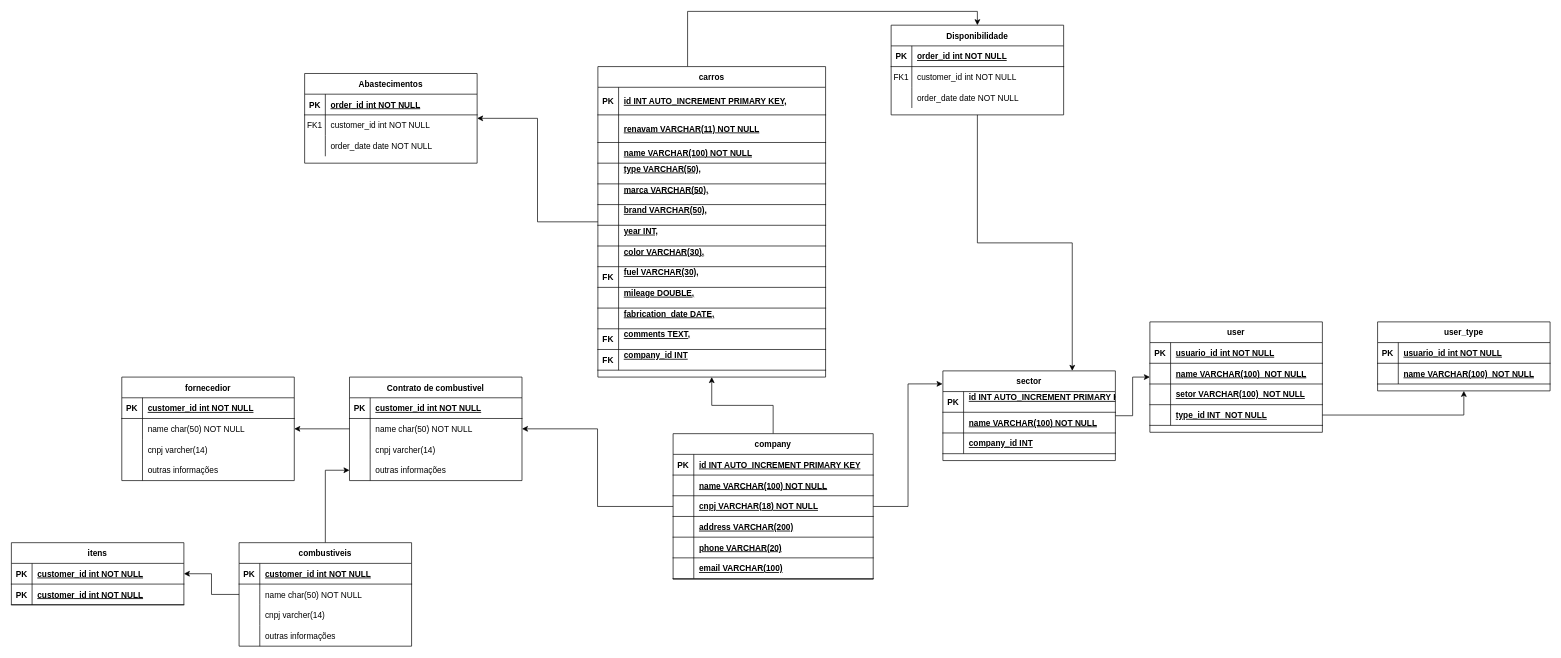
This is relacionamento_de_entidades.drawio from carlosreno/ApiControleCombustivel, a draw.io file, before an edit. Source tidied: cells renumbered, new cells numbered last; positions are measured from the earlier drawing's top-left corner, leaving out a move shared by most shapes. Both pictures are drawn from the tidied source at 69%, with x=0, y=0 at pixel (11, 11).
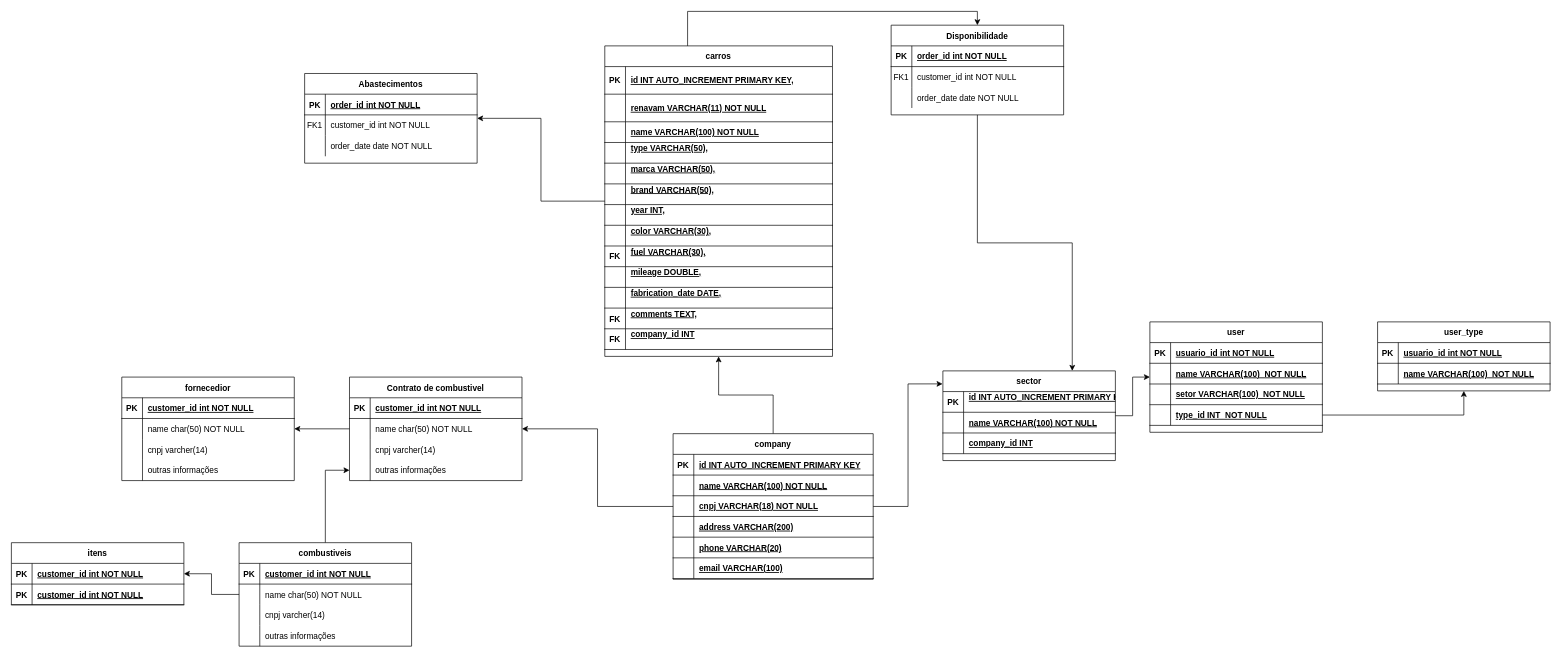
The same page after the edit.

The change refers to these unchanged cells:
```xml
<mxCell id="78" value="Disponibilidade" style="shape=table;startSize=30;childLayout=tableLayout;rowLines=0;fontStyle=1;align=center;" parent="1" vertex="1">
  <mxGeometry x="1275" y="20" width="250" height="130" as="geometry" />
</mxCell>
```

Diff of the diagram source:
```diff
@@
-    <mxCell id="36" style="edgeStyle=orthogonalEdgeStyle;rounded=0;jettySize=auto;html=1;entryX=0.5;entryY=0;entryDx=0;entryDy=0;" parent="1" edge="1" target="78">
+    <mxCell id="36" style="edgeStyle=orthogonalEdgeStyle;rounded=0;jettySize=auto;html=1;entryX=0.5;entryY=0;entryDx=0;entryDy=0;" parent="1" edge="1" source="37" target="78">
       <mxGeometry relative="1" as="geometry">
-        <mxPoint x="980" y="80" as="sourcePoint" />
         <Array as="points">
           <mxPoint x="980" />
           <mxPoint x="1400" />
         </Array>
       </mxGeometry>
     </mxCell>
     <mxCell id="37" value="carros" style="shape=table;startSize=30;childLayout=tableLayout;rowLines=0;fontStyle=1;align=center;" parent="1" vertex="1">
-      <mxGeometry x="850" y="80" width="330" height="450" as="geometry" />
+      <mxGeometry x="860" y="50" width="330" height="450" as="geometry" />
     </mxCell>
```
